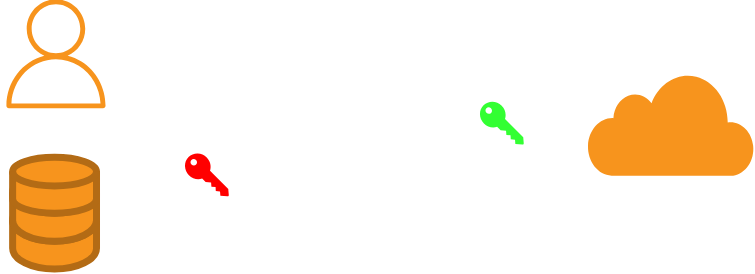
Above: public/keygen.svg in Tearrex/Chattea (draw.io), before the change. Source tidied: cells renumbered, new cells last; positions are measured from the earlier drawing's top-left corner, leaving out a move shared by most shapes.
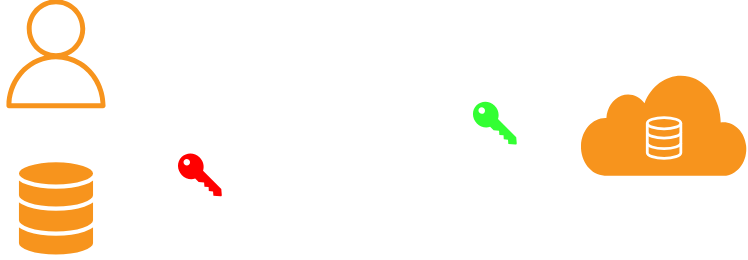
Later version of the same file.

Diff of the diagram source:
```diff
@@ -8,41 +8,44 @@
         <mxPoint x="84" y="143" as="targetPoint" />
       </mxGeometry>
     </mxCell>
-    <mxCell id="3" style="shape=cylinder3;whiteSpace=wrap;html=1;boundedLbl=1;backgroundOutline=1;size=15;strokeWidth=5;strokeColor=#B36B15;fillColor=#F7941D;" parent="1" vertex="1">
-      <mxGeometry x="8" y="143" width="60" height="50" as="geometry" />
+    <mxCell id="3" style="group;" parent="1" vertex="1">
+      <mxGeometry x="123" y="102" width="50" height="50" as="geometry" />
     </mxCell>
-    <mxCell id="4" style="group;" parent="1" vertex="1">
-      <mxGeometry x="123" y="102" width="50" height="50" as="geometry" />
+    <mxCell id="4" style="ellipse;whiteSpace=wrap;html=1;strokeWidth=5;strokeColor=none;" parent="3" vertex="1">
+      <mxGeometry width="50" height="50" as="geometry" />
     </mxCell>
-    <mxCell id="5" style="ellipse;whiteSpace=wrap;html=1;strokeWidth=5;strokeColor=none;" parent="4" vertex="1">
-      <mxGeometry width="50" height="50" as="geometry" />
+    <mxCell id="5" value="&lt;font style=&quot;font-size: 15px;&quot;&gt;&lt;font style=&quot;font-size: 15px;&quot;&gt;&lt;font style=&quot;font-size: 15px;&quot;&gt;&lt;br&gt;&lt;/font&gt;&lt;/font&gt;&lt;/font&gt;" style="verticalLabelPosition=bottom;sketch=0;html=1;verticalAlign=top;align=center;shape=mxgraph.cisco19.key;fillColor=#FF0000;strokeColor=none;rotation=45;" parent="3" vertex="1">
+      <mxGeometry x="5" y="16" width="40" height="18" as="geometry" />
     </mxCell>
-    <mxCell id="6" value="&lt;font style=&quot;font-size: 15px;&quot;&gt;&lt;font style=&quot;font-size: 15px;&quot;&gt;&lt;font style=&quot;font-size: 15px;&quot;&gt;&lt;br&gt;&lt;/font&gt;&lt;/font&gt;&lt;/font&gt;" style="verticalLabelPosition=bottom;sketch=0;html=1;verticalAlign=top;align=center;shape=mxgraph.cisco19.key;fillColor=#FF0000;strokeColor=none;rotation=45;" parent="4" vertex="1">
-      <mxGeometry x="5" y="16" width="40" height="18" as="geometry" />
+    <mxCell id="6" style="html=1;verticalLabelPosition=bottom;align=center;labelBackgroundColor=#ffffff;verticalAlign=top;strokeWidth=5;strokeColor=none;shadow=0;dashed=0;shape=mxgraph.ios7.icons.cloud;fillColor=#f7941d;" parent="1" vertex="1">
+      <mxGeometry x="419.2" y="52.2" width="119.6" height="74" as="geometry" />
     </mxCell>
-    <mxCell id="7" style="html=1;verticalLabelPosition=bottom;align=center;labelBackgroundColor=#ffffff;verticalAlign=top;strokeWidth=5;strokeColor=none;shadow=0;dashed=0;shape=mxgraph.ios7.icons.cloud;fillColor=#f7941d;" parent="1" vertex="1">
-      <mxGeometry x="419.2" y="52.2" width="119.6" height="74" as="geometry" />
+    <mxCell id="7" style="html=1;verticalLabelPosition=bottom;align=center;labelBackgroundColor=#ffffff;verticalAlign=top;strokeWidth=2;strokeColor=none;shadow=0;dashed=0;shape=mxgraph.ios7.icons.settings;fillColor=#FFFFFF;" parent="1" vertex="1">
+      <mxGeometry x="212.8" y="43" width="92.4" height="92.4" as="geometry" />
     </mxCell>
-    <mxCell id="8" style="html=1;verticalLabelPosition=bottom;align=center;labelBackgroundColor=#ffffff;verticalAlign=top;strokeWidth=2;strokeColor=none;shadow=0;dashed=0;shape=mxgraph.ios7.icons.settings;fillColor=#FFFFFF;" parent="1" vertex="1">
-      <mxGeometry x="212.8" y="43" width="92.4" height="92.4" as="geometry" />
+    <mxCell id="8" style="endArrow=classic;html=1;rounded=0;strokeWidth=4;strokeColor=#FFFFFF;" parent="1" edge="1">
+      <mxGeometry relative="1" as="geometry">
+        <mxPoint x="314" y="90" as="sourcePoint" />
+        <mxPoint x="414" y="90" as="targetPoint" />
+      </mxGeometry>
     </mxCell>
-    <mxCell id="9" style="group;" parent="1" vertex="1">
-      <mxGeometry width="78" height="193" as="geometry" />
+    <mxCell id="9" style="endArrow=classic;html=1;rounded=0;strokeWidth=4;strokeColor=#FFFFFF;" parent="1" edge="1">
+      <mxGeometry relative="1" as="geometry">
+        <mxPoint x="84" y="53" as="sourcePoint" />
+        <mxPoint x="204" y="73" as="targetPoint" />
+      </mxGeometry>
     </mxCell>
-    <mxCell id="10" style="sketch=0;fontColor=#232F3E;gradientColor=none;fillColor=#F7941D;strokeColor=none;dashed=0;verticalLabelPosition=bottom;verticalAlign=top;align=center;html=1;fontSize=12;fontStyle=0;shape=mxgraph.aws4.user;" parent="9" vertex="1">
-      <mxGeometry width="78" height="78" as="geometry" />
+    <mxCell id="10" style="html=1;verticalLabelPosition=bottom;align=center;labelBackgroundColor=#ffffff;verticalAlign=top;strokeWidth=2;strokeColor=#FFFFFF;shadow=0;dashed=0;shape=mxgraph.ios7.icons.data;fillColor=none;" parent="1" vertex="1">
+      <mxGeometry x="467" y="84.6" width="24" height="29.1" as="geometry" />
     </mxCell>
-    <mxCell id="11" style="endArrow=classic;html=1;rounded=0;strokeWidth=4;strokeColor=#FFFFFF;" parent="1" edge="1">
-      <mxGeometry relative="1" as="geometry">
-        <mxPoint x="314" y="90" as="sourcePoint" />
-        <mxPoint x="414" y="90" as="targetPoint" />
-      </mxGeometry>
+    <mxCell id="11" style="html=1;verticalLabelPosition=bottom;align=center;labelBackgroundColor=#ffffff;verticalAlign=top;strokeWidth=3;strokeColor=#FFFFFF;shadow=0;dashed=0;shape=mxgraph.ios7.icons.data;fillColor=#F7941D;" parent="1" vertex="1">
+      <mxGeometry x="16" y="115" width="56" height="69.1" as="geometry" />
     </mxCell>
-    <mxCell id="12" style="group;" parent="1" vertex="1">
-      <mxGeometry x="334" y="65" width="58.3" height="50" as="geometry" />
+    <mxCell id="12" style="sketch=0;fontColor=#232F3E;gradientColor=none;fillColor=#F7941D;strokeColor=none;dashed=0;verticalLabelPosition=bottom;verticalAlign=top;align=center;html=1;fontSize=12;fontStyle=0;shape=mxgraph.aws4.user;" parent="1" vertex="1">
+      <mxGeometry x="5" width="78" height="78" as="geometry" />
     </mxCell>
-    <mxCell id="13" style="group;" parent="12" vertex="1">
-      <mxGeometry width="50" height="50" as="geometry" />
+    <mxCell id="13" style="group;" parent="1" vertex="1">
+      <mxGeometry x="334" y="65" width="50" height="50" as="geometry" />
     </mxCell>
     <mxCell id="14" style="ellipse;whiteSpace=wrap;html=1;strokeWidth=5;strokeColor=none;" parent="13" vertex="1">
       <mxGeometry width="50" height="50" as="geometry" />
@@ -50,17 +53,5 @@
     <mxCell id="15" value="&lt;font style=&quot;font-size: 15px;&quot;&gt;&lt;font style=&quot;font-size: 15px;&quot;&gt;&lt;font style=&quot;font-size: 15px;&quot;&gt;&lt;br&gt;&lt;/font&gt;&lt;/font&gt;&lt;/font&gt;" style="verticalLabelPosition=bottom;sketch=0;html=1;verticalAlign=top;align=center;shape=mxgraph.cisco19.key;fillColor=#33FF33;strokeColor=none;rotation=45;" parent="13" vertex="1">
       <mxGeometry x="5" y="16" width="40" height="18" as="geometry" />
     </mxCell>
-    <mxCell id="16" style="shape=cylinder3;whiteSpace=wrap;html=1;boundedLbl=1;backgroundOutline=1;size=15;strokeWidth=5;strokeColor=#B36B15;fillColor=#F7941D;" parent="1" vertex="1">
-      <mxGeometry x="8" y="123" width="60" height="50" as="geometry" />
-    </mxCell>
-    <mxCell id="17" style="shape=cylinder3;whiteSpace=wrap;html=1;boundedLbl=1;backgroundOutline=1;size=10.258064516129025;strokeWidth=5;strokeColor=#B36B15;fillColor=#F7941D;" parent="1" vertex="1">
-      <mxGeometry x="8" y="113" width="60" height="40" as="geometry" />
-    </mxCell>
-    <mxCell id="18" style="endArrow=classic;html=1;rounded=0;strokeWidth=4;strokeColor=#FFFFFF;" parent="1" edge="1">
-      <mxGeometry relative="1" as="geometry">
-        <mxPoint x="84" y="53" as="sourcePoint" />
-        <mxPoint x="204" y="73" as="targetPoint" />
-      </mxGeometry>
-    </mxCell>
   </root>
 </mxGraphModel>
```
